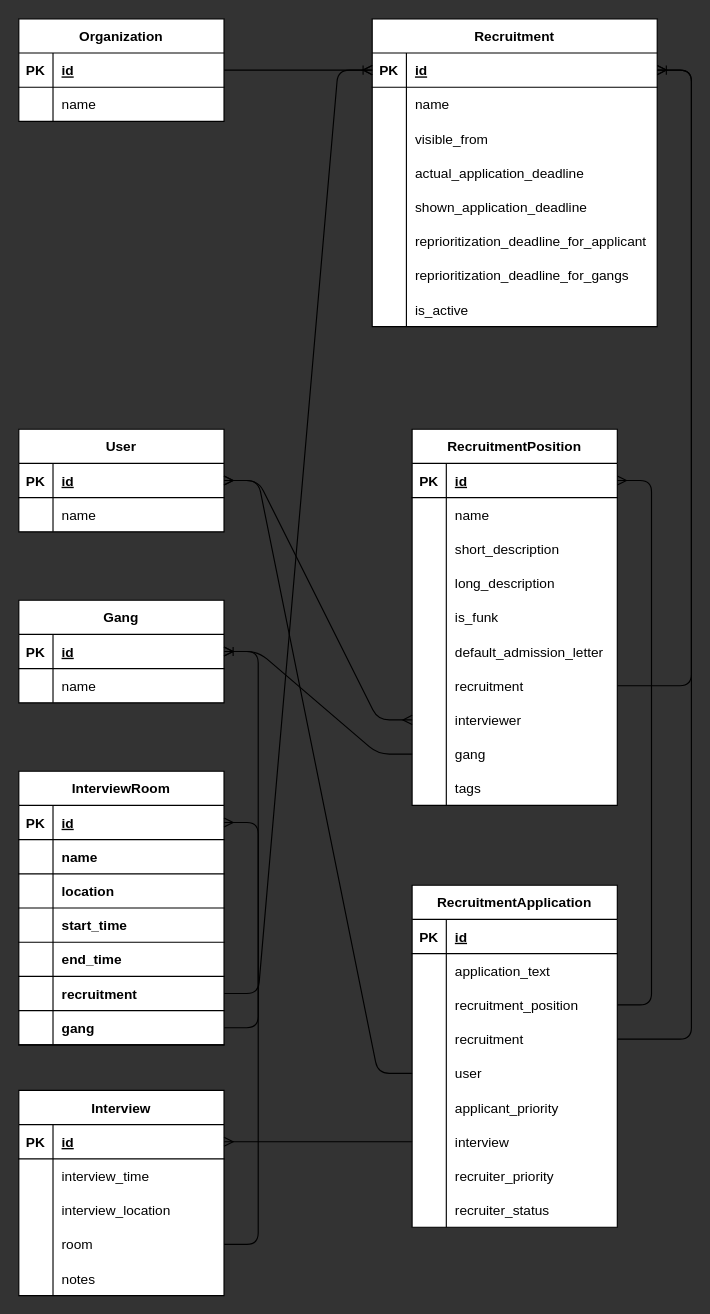
Above: backend/database/recruitment_schema.drawio in Samfundet/Samfundet4 (draw.io), before the change. Source tidied: cells renumbered, new cells numbered last; positions are measured from the earlier drawing's top-left corner, leaving out a move shared by most shapes. Both pictures are drawn from the tidied source at 114%, with x=0, y=0 at pixel (18, 18).
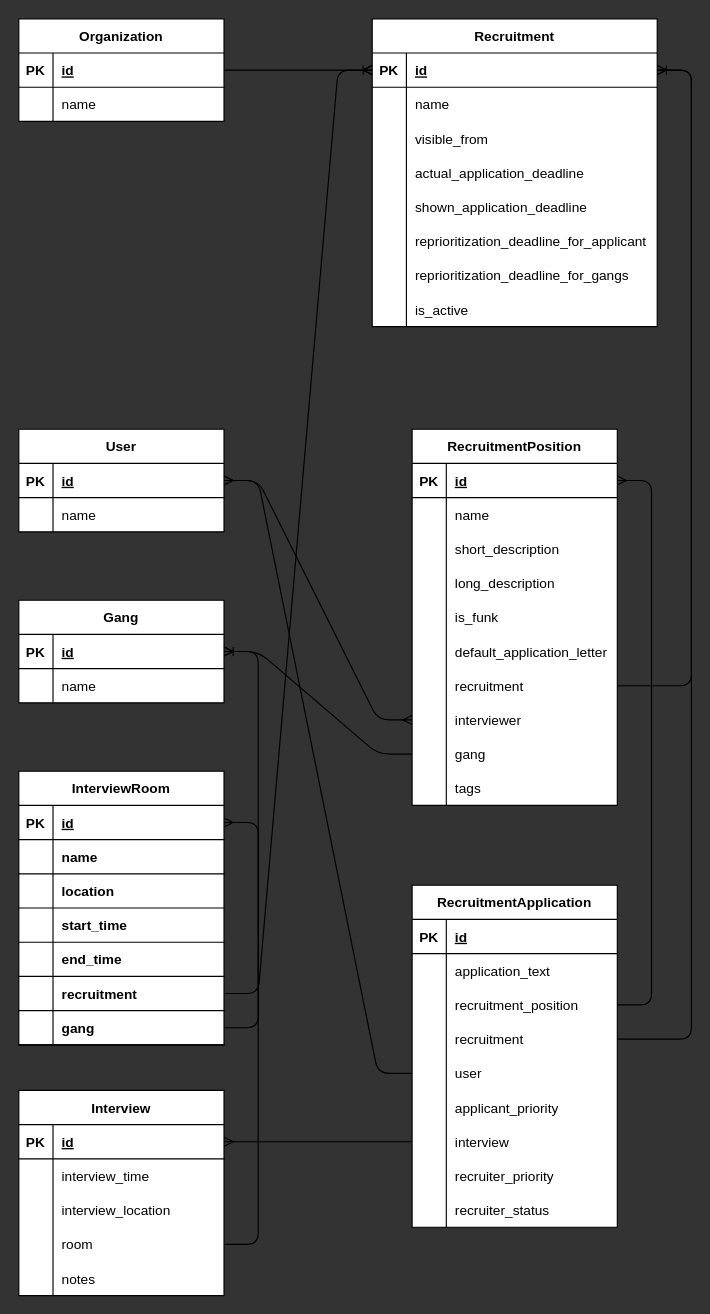
Above is the later version.

Unchanged cells that the change refers to:
```xml
<mxCell id="51" style="shape=tableRow;horizontal=0;startSize=0;swimlaneHead=0;swimlaneBody=0;fillColor=none;top=0;left=0;right=0;bottom=0;" parent="35" vertex="1">
  <mxGeometry y="180" width="180" height="30" as="geometry" />
</mxCell>
```

Change to the diagram source:
```diff
@@
-    <mxCell id="53" value="default_admission_letter" style="shape=partialRectangle;fillColor=none;top=0;left=0;bottom=0;right=0;align=left;spacingLeft=6;overflow=hidden;" parent="51" vertex="1">
+    <mxCell id="53" value="default_application_letter" style="shape=partialRectangle;fillColor=none;top=0;left=0;bottom=0;right=0;align=left;spacingLeft=6;overflow=hidden;" parent="51" vertex="1">
       <mxGeometry x="30" width="150" height="30" as="geometry" />
     </mxCell>
```
